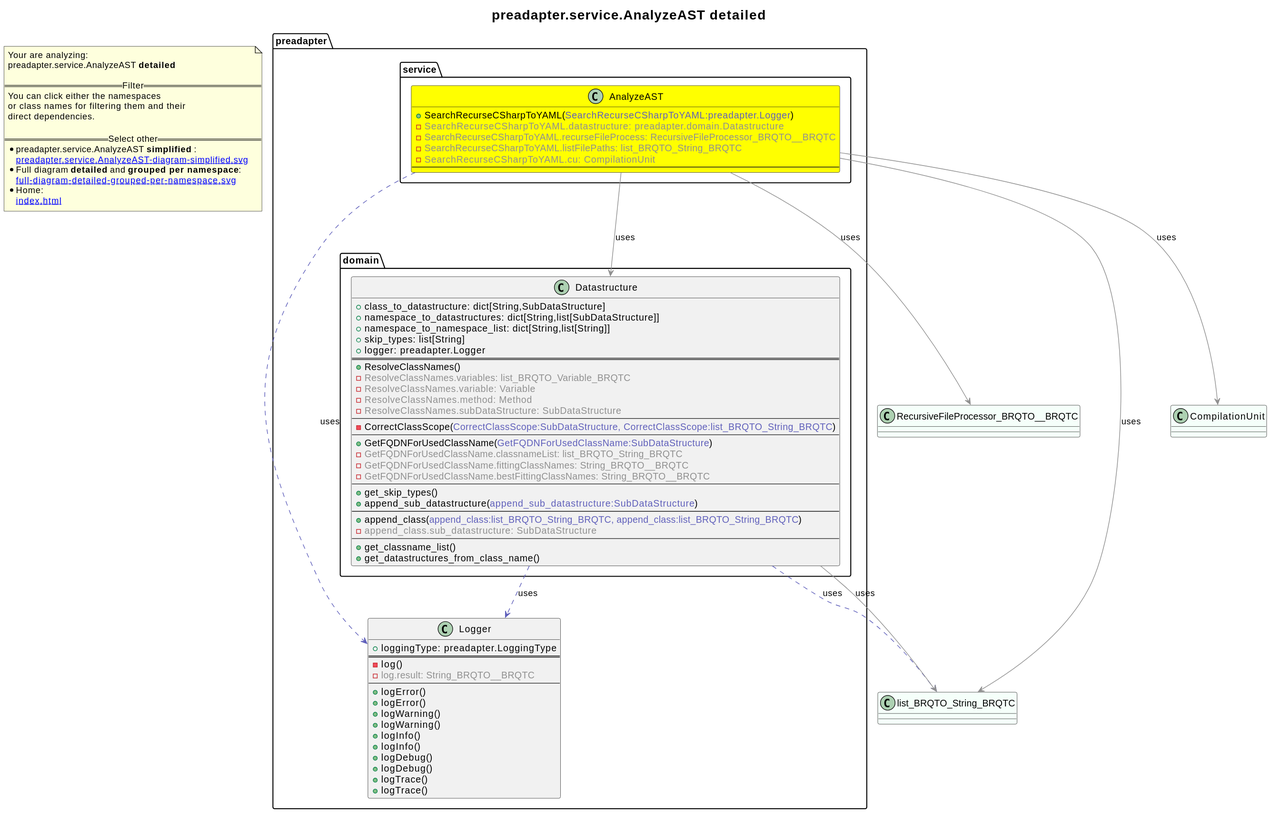
The PlantUML diagram revenger-java-adapter.out/preadapter.service.AnalyzeAST-diagram-detailed.svg in 2BlackCoffees/revenger, before a commit.
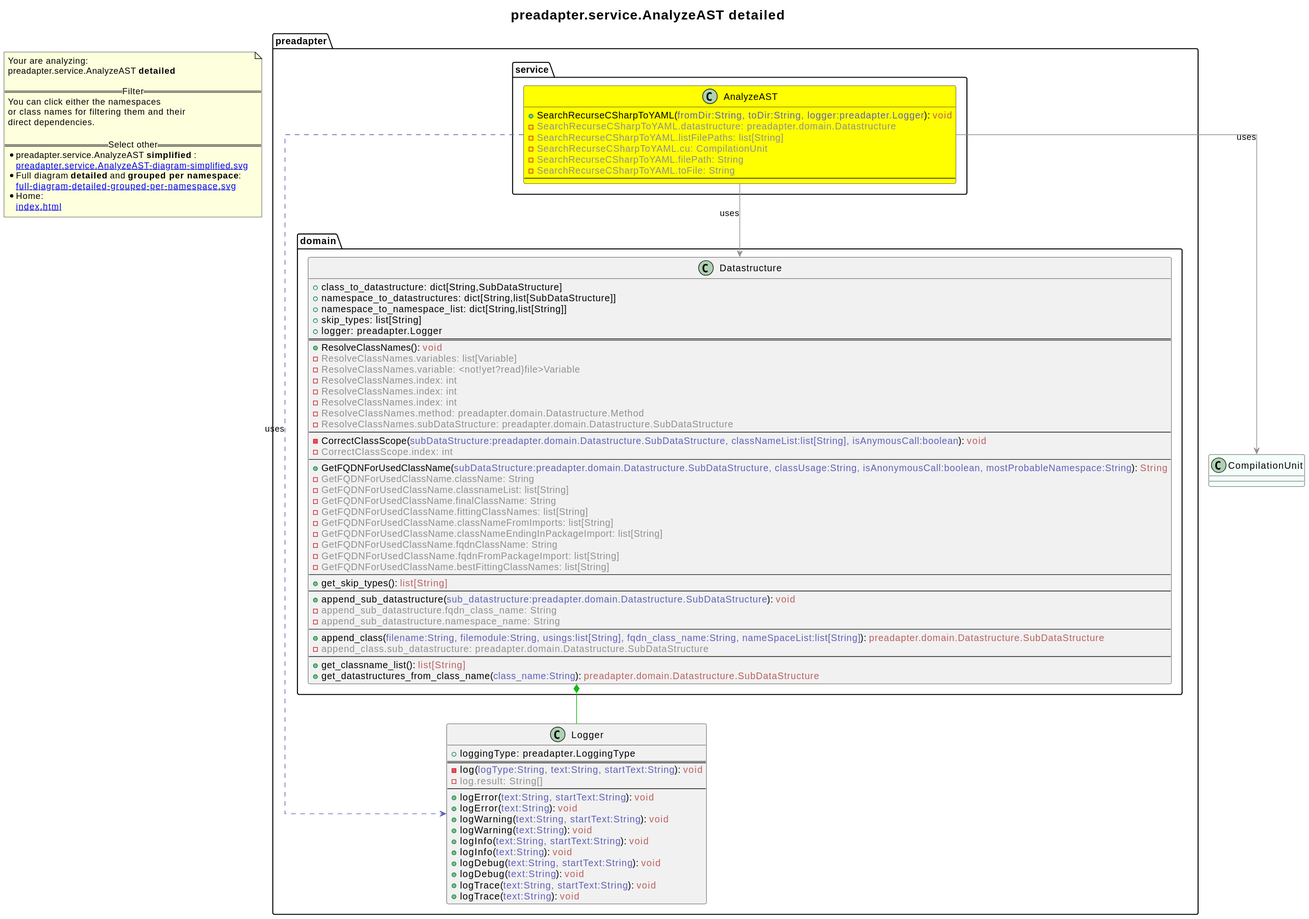
The same file after the commit.

What changed in the source:
```diff
@@ -1,28 +1,25 @@
 @startuml
+skinparam linetype ortho
 title <size:20>preadapter.service.AnalyzeAST **detailed** </size>
 note "Your are analyzing:\npreadapter.service.AnalyzeAST **detailed** \n\n==Filter==\nYou can click either the namespaces \nor class names for filtering them and their\ndirect dependencies.\n\n==Select other==\n* preadapter.service.AnalyzeAST **simplified** :\n   [[preadapter.service.AnalyzeAST-diagram-simplified.svg]]\n* Full diagram **detailed** and **grouped per namespace**:\n   [[full-diagram-detailed-grouped-per-namespace.svg]]\n* Home:\n   [[index.html]]" as FloatingNote
-class RecursiveFileProcessor_BRQTO__BRQTC [[RecursiveFileProcessor_BRQTO__BRQTC-diagram-detailed.svg]] #MintCream {
-}
-class list_BRQTO_String_BRQTC [[list_BRQTO_String_BRQTC-diagram-detailed.svg]] #MintCream {
-}
 class CompilationUnit [[CompilationUnit-diagram-detailed.svg]] #MintCream {
 }
 class preadapter.Logger [[preadapter.Logger-diagram-detailed.svg]]  {
   + loggingType: preadapter.LoggingType
 ==
-  - log(<font color="6060BB"></font>)
-  - <font color="909090">log.result: String_BRQTO__BRQTC</font>
+  - log(<font color="6060BB">logType:String, text:String, startText:String</font>): <font color="BB6060">void</font>
+  - <font color="909090">log.result: String[]</font>
 --
-  + logError(<font color="6060BB"></font>)
-  + logError(<font color="6060BB"></font>)
-  + logWarning(<font color="6060BB"></font>)
-  + logWarning(<font color="6060BB"></font>)
-  + logInfo(<font color="6060BB"></font>)
-  + logInfo(<font color="6060BB"></font>)
-  + logDebug(<font color="6060BB"></font>)
-  + logDebug(<font color="6060BB"></font>)
-  + logTrace(<font color="6060BB"></font>)
-  + logTrace(<font color="6060BB"></font>)
+  + logError(<font color="6060BB">text:String, startText:String</font>): <font color="BB6060">void</font>
+  + logError(<font color="6060BB">text:String</font>): <font color="BB6060">void</font>
+  + logWarning(<font color="6060BB">text:String, startText:String</font>): <font color="BB6060">void</font>
+  + logWarning(<font color="6060BB">text:String</font>): <font color="BB6060">void</font>
+  + logInfo(<font color="6060BB">text:String, startText:String</font>): <font color="BB6060">void</font>
+  + logInfo(<font color="6060BB">text:String</font>): <font color="BB6060">void</font>
+  + logDebug(<font color="6060BB">text:String, startText:String</font>): <font color="BB6060">void</font>
+  + logDebug(<font color="6060BB">text:String</font>): <font color="BB6060">void</font>
+  + logTrace(<font color="6060BB">text:String, startText:String</font>): <font color="BB6060">void</font>
+  + logTrace(<font color="6060BB">text:String</font>): <font color="BB6060">void</font>
 }
   class preadapter.domain.Datastructure [[preadapter.domain.Datastructure-diagram-detailed.svg]]  {
     + class_to_datastructure: dict[String,SubDataStructure]
@@ -31,42 +28,52 @@
     + skip_types: list[String]
     + logger: preadapter.Logger
 ==
-    + ResolveClassNames(<font color="6060BB"></font>)
-    - <font color="909090">ResolveClassNames.variables: list_BRQTO_Variable_BRQTC</font>
-    - <font color="909090">ResolveClassNames.variable: Variable</font>
-    - <font color="909090">ResolveClassNames.method: Method</font>
-    - <font color="909090">ResolveClassNames.subDataStructure: SubDataStructure</font>
+    + ResolveClassNames(<font color="6060BB"></font>): <font color="BB6060">void</font>
+    - <font color="909090">ResolveClassNames.variables: list[Variable]</font>
+    - <font color="909090">ResolveClassNames.variable: <not!yet?read}file>Variable</font>
+    - <font color="909090">ResolveClassNames.index: int</font>
+    - <font color="909090">ResolveClassNames.index: int</font>
+    - <font color="909090">ResolveClassNames.index: int</font>
+    - <font color="909090">ResolveClassNames.method: preadapter.domain.Datastructure.Method</font>
+    - <font color="909090">ResolveClassNames.subDataStructure: preadapter.domain.Datastructure.SubDataStructure</font>
 --
-    - CorrectClassScope(<font color="6060BB">CorrectClassScope:SubDataStructure, CorrectClassScope:list_BRQTO_String_BRQTC</font>)
+    - CorrectClassScope(<font color="6060BB">subDataStructure:preadapter.domain.Datastructure.SubDataStructure, classNameList:list[String], isAnymousCall:boolean</font>): <font color="BB6060">void</font>
+    - <font color="909090">CorrectClassScope.index: int</font>
 --
-    + GetFQDNForUsedClassName(<font color="6060BB">GetFQDNForUsedClassName:SubDataStructure</font>)
-    - <font color="909090">GetFQDNForUsedClassName.classnameList: list_BRQTO_String_BRQTC</font>
-    - <font color="909090">GetFQDNForUsedClassName.fittingClassNames: String_BRQTO__BRQTC</font>
-    - <font color="909090">GetFQDNForUsedClassName.bestFittingClassNames: String_BRQTO__BRQTC</font>
+    + GetFQDNForUsedClassName(<font color="6060BB">subDataStructure:preadapter.domain.Datastructure.SubDataStructure, classUsage:String, isAnonymousCall:boolean, mostProbableNamespace:String</font>): <font color="BB6060">String</font>
+    - <font color="909090">GetFQDNForUsedClassName.className: String</font>
+    - <font color="909090">GetFQDNForUsedClassName.classnameList: list[String]</font>
+    - <font color="909090">GetFQDNForUsedClassName.finalClassName: String</font>
+    - <font color="909090">GetFQDNForUsedClassName.fittingClassNames: list[String]</font>
+    - <font color="909090">GetFQDNForUsedClassName.classNameFromImports: list[String]</font>
+    - <font color="909090">GetFQDNForUsedClassName.classNameEndingInPackageImport: list[String]</font>
+    - <font color="909090">GetFQDNForUsedClassName.fqdnClassName: String</font>
+    - <font color="909090">GetFQDNForUsedClassName.fqdnFromPackageImport: list[String]</font>
+    - <font color="909090">GetFQDNForUsedClassName.bestFittingClassNames: list[String]</font>
 --
-    + get_skip_types(<font color="6060BB"></font>)
-    + append_sub_datastructure(<font color="6060BB">append_sub_datastructure:SubDataStructure</font>)
+    + get_skip_types(<font color="6060BB"></font>): <font color="BB6060">list[String]</font>
 --
-    + append_class(<font color="6060BB">append_class:list_BRQTO_String_BRQTC, append_class:list_BRQTO_String_BRQTC</font>)
-    - <font color="909090">append_class.sub_datastructure: SubDataStructure</font>
+    + append_sub_datastructure(<font color="6060BB">sub_datastructure:preadapter.domain.Datastructure.SubDataStructure</font>): <font color="BB6060">void</font>
+    - <font color="909090">append_sub_datastructure.fqdn_class_name: String</font>
+    - <font color="909090">append_sub_datastructure.namespace_name: String</font>
 --
-    + get_classname_list(<font color="6060BB"></font>)
-    + get_datastructures_from_class_name(<font color="6060BB"></font>)
+    + append_class(<font color="6060BB">filename:String, filemodule:String, usings:list[String], fqdn_class_name:String, nameSpaceList:list[String]</font>): <font color="BB6060">preadapter.domain.Datastructure.SubDataStructure</font>
+    - <font color="909090">append_class.sub_datastructure: preadapter.domain.Datastructure.SubDataStructure</font>
+--
+    + get_classname_list(<font color="6060BB"></font>): <font color="BB6060">list[String]</font>
+    + get_datastructures_from_class_name(<font color="6060BB">class_name:String</font>): <font color="BB6060">preadapter.domain.Datastructure.SubDataStructure</font>
   }
   class preadapter.service.AnalyzeAST [[preadapter.service.AnalyzeAST-diagram-detailed.svg]] #yellow {
-    + SearchRecurseCSharpToYAML(<font color="6060BB">SearchRecurseCSharpToYAML:preadapter.Logger</font>)
+    + SearchRecurseCSharpToYAML(<font color="6060BB">fromDir:String, toDir:String, logger:preadapter.Logger</font>): <font color="BB6060">void</font>
     - <font color="909090">SearchRecurseCSharpToYAML.datastructure: preadapter.domain.Datastructure</font>
-    - <font color="909090">SearchRecurseCSharpToYAML.recurseFileProcess: RecursiveFileProcessor_BRQTO__BRQTC</font>
-    - <font color="909090">SearchRecurseCSharpToYAML.listFilePaths: list_BRQTO_String_BRQTC</font>
+    - <font color="909090">SearchRecurseCSharpToYAML.listFilePaths: list[String]</font>
     - <font color="909090">SearchRecurseCSharpToYAML.cu: CompilationUnit</font>
+    - <font color="909090">SearchRecurseCSharpToYAML.filePath: String</font>
+    - <font color="909090">SearchRecurseCSharpToYAML.toFile: String</font>
 --
   }
-preadapter.domain.Datastructure .[#6060BB].> preadapter.Logger  : uses
-preadapter.domain.Datastructure .[#6060BB].> list_BRQTO_String_BRQTC  : uses
-preadapter.domain.Datastructure -[#909090]-> list_BRQTO_String_BRQTC  : uses
+preadapter.domain.Datastructure *-[#10BB10]- preadapter.Logger
 preadapter.service.AnalyzeAST .[#6060BB].> preadapter.Logger  : uses
 preadapter.service.AnalyzeAST -[#909090]-> preadapter.domain.Datastructure  : uses
-preadapter.service.AnalyzeAST -[#909090]-> RecursiveFileProcessor_BRQTO__BRQTC  : uses
-preadapter.service.AnalyzeAST -[#909090]-> list_BRQTO_String_BRQTC  : uses
 preadapter.service.AnalyzeAST -[#909090]-> CompilationUnit  : uses
 @enduml
```
